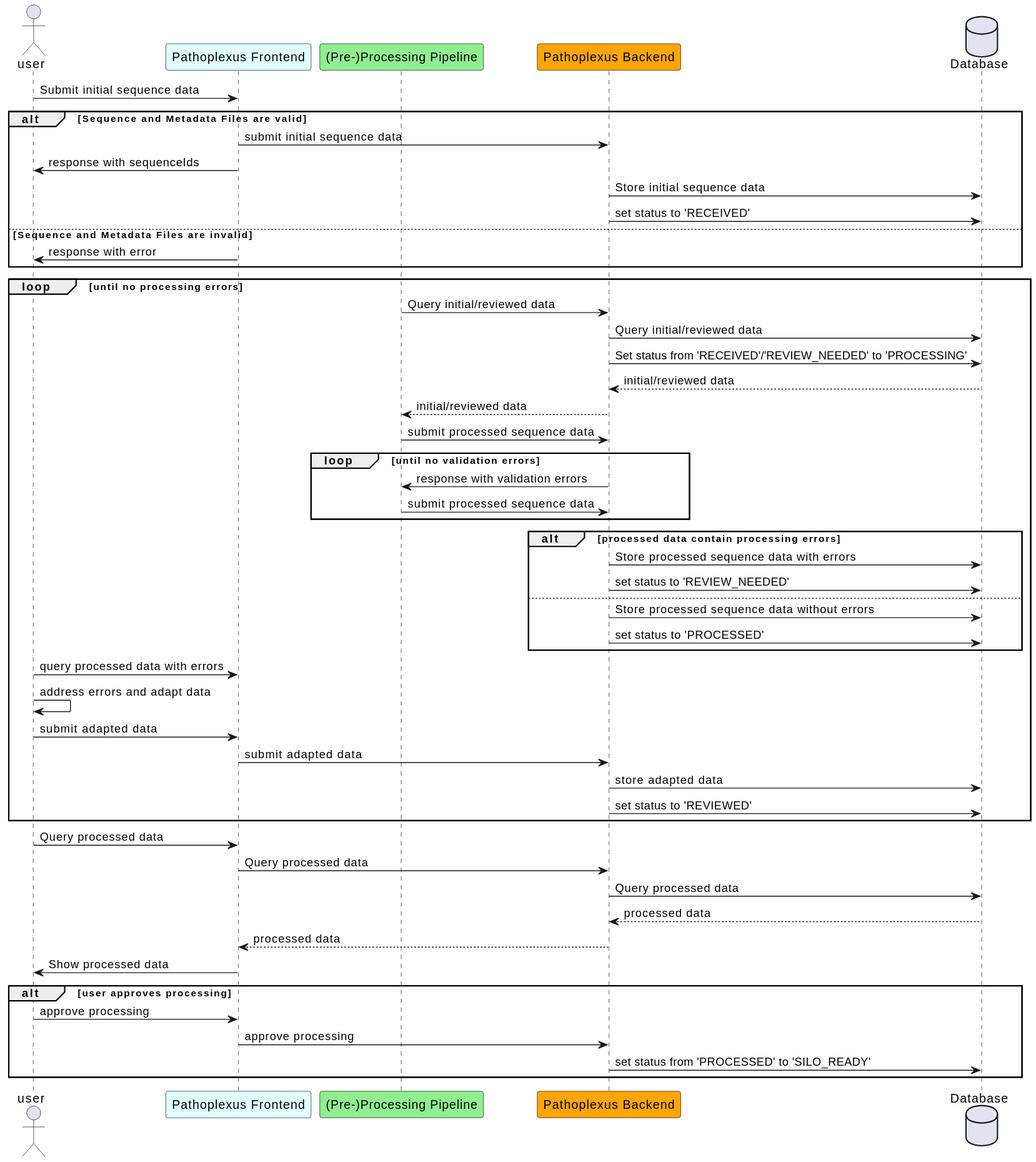
This is backend/docs/plantuml/sequenceInitialSubmission.svg from loculus-project/loculus, a PlantUML export, as it was before one commit. Source of this version:
```plantuml
@startuml
    actor user
    participant "Pathoplexus Frontend" as frontend #LightCyan
    participant "(Pre-)Processing Pipeline" as processing #LightGreen
    participant "Pathoplexus Backend" as backend #Orange
    database "Database" as DB

    user -> frontend: Submit initial sequence data
    alt Sequence and Metadata Files are valid
        frontend -> backend: submit initial sequence data
        frontend -> user: response with sequenceIds
        backend -> DB: Store initial sequence data
        backend -> DB: set status to 'RECEIVED'
    else Sequence and Metadata Files are invalid
        frontend -> user: response with error
    end

    loop until no processing errors

        processing -> backend: Query initial/reviewed data
        backend -> DB: Query initial/reviewed data
        backend -> DB: Set status from 'RECEIVED'/'REVIEW_NEEDED' to 'PROCESSING'
        DB --> backend: initial/reviewed data
        backend --> processing: initial/reviewed data

        processing -> backend: submit processed sequence data
        loop until no validation errors
            backend -> processing: response with validation errors
            processing -> backend: submit processed sequence data
        end loop

        alt processed data contain processing errors
            backend -> DB: Store processed sequence data with errors
            backend -> DB: set status to 'REVIEW_NEEDED'
        else
            backend -> DB: Store processed sequence data without errors
            backend -> DB: set status to 'PROCESSED'
        end
        user -> frontend: query processed data with errors
        user -> user: address errors and adapt data
        user -> frontend: submit adapted data
        frontend -> backend: submit adapted data
        backend -> DB: store adapted data
        backend -> DB: set status to 'REVIEWED'
    end loop

    user -> frontend: Query processed data
    frontend -> backend: Query processed data
    backend -> DB: Query processed data
    DB --> backend: processed data
    backend --> frontend: processed data
    frontend -> user: Show processed data
    alt user approves processing
        user -> frontend: approve processing
        frontend -> backend: approve processing
        backend -> DB: set status from 'PROCESSED' to 'SILO_READY'
    end
@enduml
```
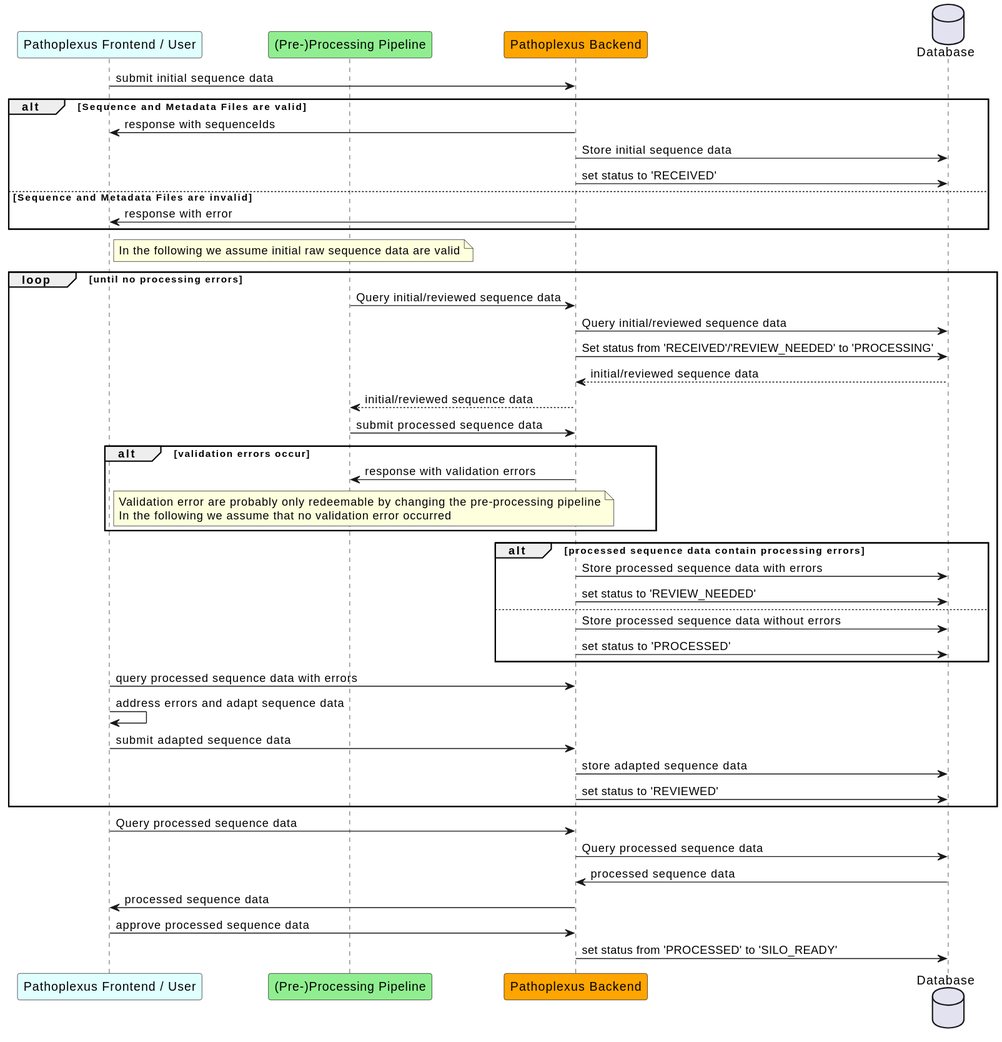
After the commit.

Commit message:
docs(backend): addressing comments

The edit, as a diff of the source:
```diff
@@ -1,58 +1,60 @@
 @startuml
-    actor user
-    participant "Pathoplexus Frontend" as frontend #LightCyan
+    participant "Pathoplexus Frontend / User" as frontend #LightCyan
     participant "(Pre-)Processing Pipeline" as processing #LightGreen
     participant "Pathoplexus Backend" as backend #Orange
     database "Database" as DB
 
-    user -> frontend: Submit initial sequence data
+    frontend -> backend: submit initial sequence data
     alt Sequence and Metadata Files are valid
-        frontend -> backend: submit initial sequence data
-        frontend -> user: response with sequenceIds
+        backend -> frontend: response with sequenceIds
         backend -> DB: Store initial sequence data
         backend -> DB: set status to 'RECEIVED'
     else Sequence and Metadata Files are invalid
-        frontend -> user: response with error
+        backend -> frontend: response with error
     end
+
+   note right of frontend
+      In the following we assume initial raw sequence data are valid
+   end note
 
     loop until no processing errors
 
-        processing -> backend: Query initial/reviewed data
-        backend -> DB: Query initial/reviewed data
+        processing -> backend: Query initial/reviewed sequence data
+        backend -> DB: Query initial/reviewed sequence data
         backend -> DB: Set status from 'RECEIVED'/'REVIEW_NEEDED' to 'PROCESSING'
-        DB --> backend: initial/reviewed data
-        backend --> processing: initial/reviewed data
+        DB --> backend: initial/reviewed sequence data
+        backend --> processing: initial/reviewed sequence data
 
         processing -> backend: submit processed sequence data
-        loop until no validation errors
+        alt validation errors occur
             backend -> processing: response with validation errors
-            processing -> backend: submit processed sequence data
+             note right of frontend
+                  Validation error are probably only redeemable by changing the pre-processing pipeline
+                  In the following we assume that no validation error occurred
+               end note
         end loop
 
-        alt processed data contain processing errors
+        alt processed sequence data contain processing errors
             backend -> DB: Store processed sequence data with errors
             backend -> DB: set status to 'REVIEW_NEEDED'
         else
             backend -> DB: Store processed sequence data without errors
             backend -> DB: set status to 'PROCESSED'
         end
-        user -> frontend: query processed data with errors
-        user -> user: address errors and adapt data
-        user -> frontend: submit adapted data
-        frontend -> backend: submit adapted data
-        backend -> DB: store adapted data
+         frontend -> backend: query processed sequence data with errors
+        frontend -> frontend: address errors and adapt sequence data
+
+        frontend -> backend: submit adapted sequence data
+        backend -> DB: store adapted sequence data
         backend -> DB: set status to 'REVIEWED'
     end loop
 
-    user -> frontend: Query processed data
-    frontend -> backend: Query processed data
-    backend -> DB: Query processed data
-    DB --> backend: processed data
-    backend --> frontend: processed data
-    frontend -> user: Show processed data
-    alt user approves processing
-        user -> frontend: approve processing
-        frontend -> backend: approve processing
-        backend -> DB: set status from 'PROCESSED' to 'SILO_READY'
-    end
+
+    frontend -> backend: Query processed sequence data
+    backend -> DB: Query processed sequence data
+    DB -> backend: processed sequence data
+    backend -> frontend: processed sequence data
+
+    frontend -> backend: approve processed sequence data
+    backend -> DB: set status from 'PROCESSED' to 'SILO_READY'
 @enduml
```
